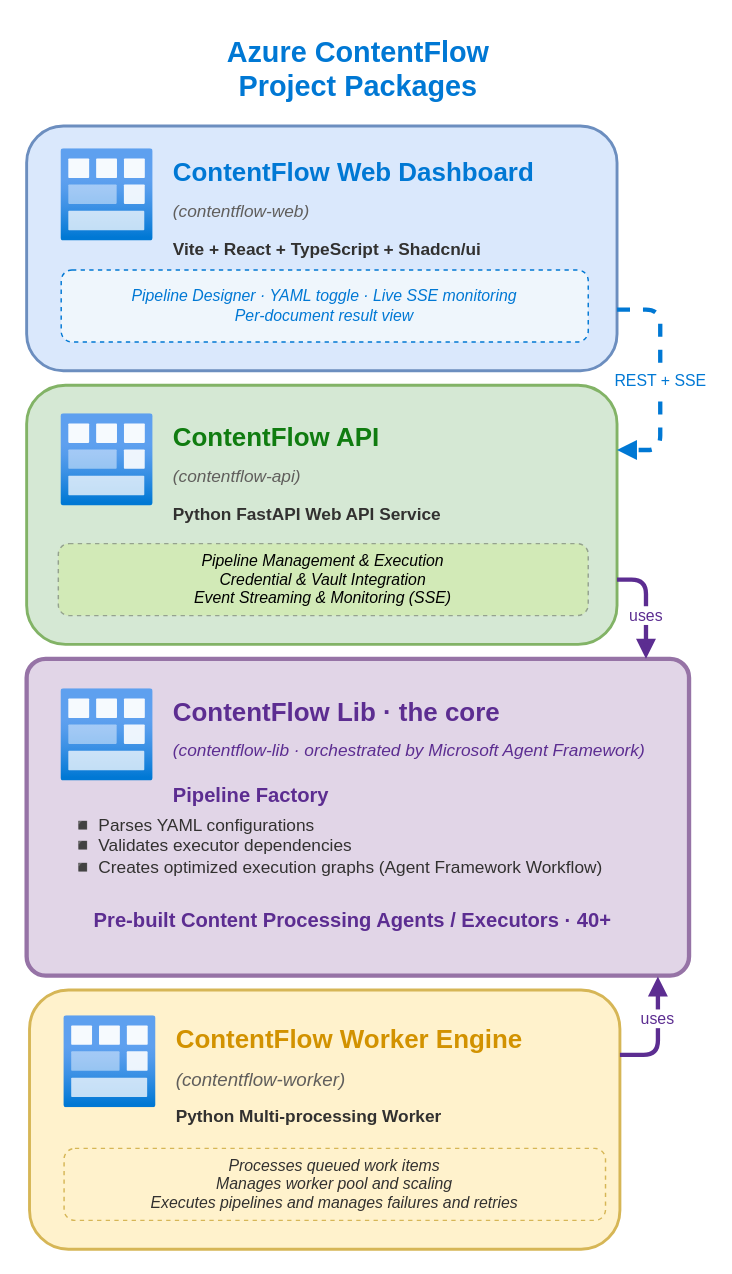
Earlier version of the draw.io diagram page "Components" (2 of 4) of assets/diagram/ContentFlow Diagram.drawio (Azure/contentflow). Source tidied: cells renumbered, new cells numbered last; positions are measured from the earlier drawing's top-left corner, leaving out a move shared by most shapes. Both pictures are drawn from the tidied source at 144%, with x=0, y=0 at pixel (26, 24).
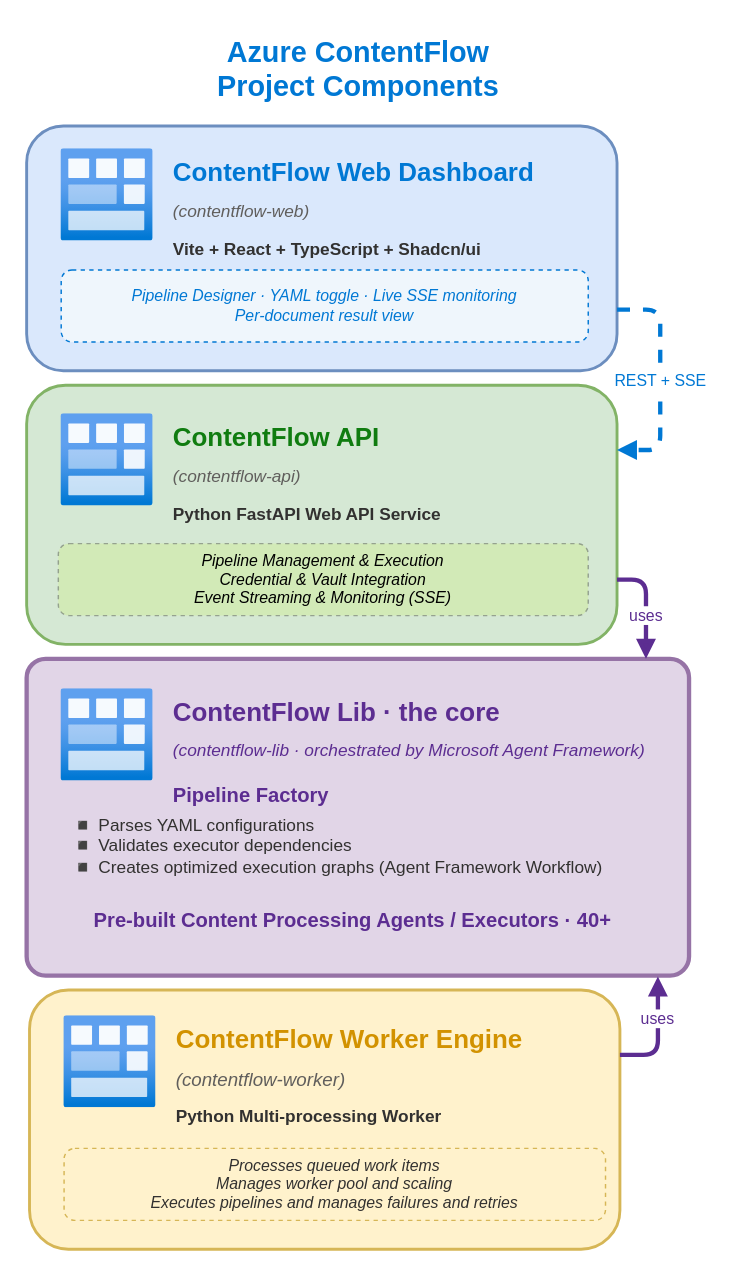
The same diagram, later.

Change to the diagram source:
```diff
@@
-    <mxCell id="30" value="&lt;font&gt;&lt;b style=&quot;&quot;&gt;Azure ContentFlow&lt;/b&gt;&lt;/font&gt;&lt;div&gt;&lt;font style=&quot;&quot;&gt;&lt;font style=&quot;color: rgb(0, 120, 212);&quot;&gt;Project Packages&lt;/font&gt;&lt;/font&gt;&lt;/div&gt;" style="text;html=1;align=center;fontSize=20;fontColor=#0078D4;fontStyle=1;verticalAlign=top;" parent="1" vertex="1">
+    <mxCell id="30" value="&lt;font&gt;&lt;b style=&quot;&quot;&gt;Azure ContentFlow&lt;/b&gt;&lt;/font&gt;&lt;div&gt;&lt;font style=&quot;&quot;&gt;&lt;font style=&quot;color: rgb(0, 120, 212);&quot;&gt;Project Components&lt;/font&gt;&lt;/font&gt;&lt;/div&gt;" style="text;html=1;align=center;fontSize=20;fontColor=#0078D4;fontStyle=1;verticalAlign=top;" parent="1" vertex="1">
       <mxGeometry width="460" height="60" as="geometry" />
     </mxCell>
```
